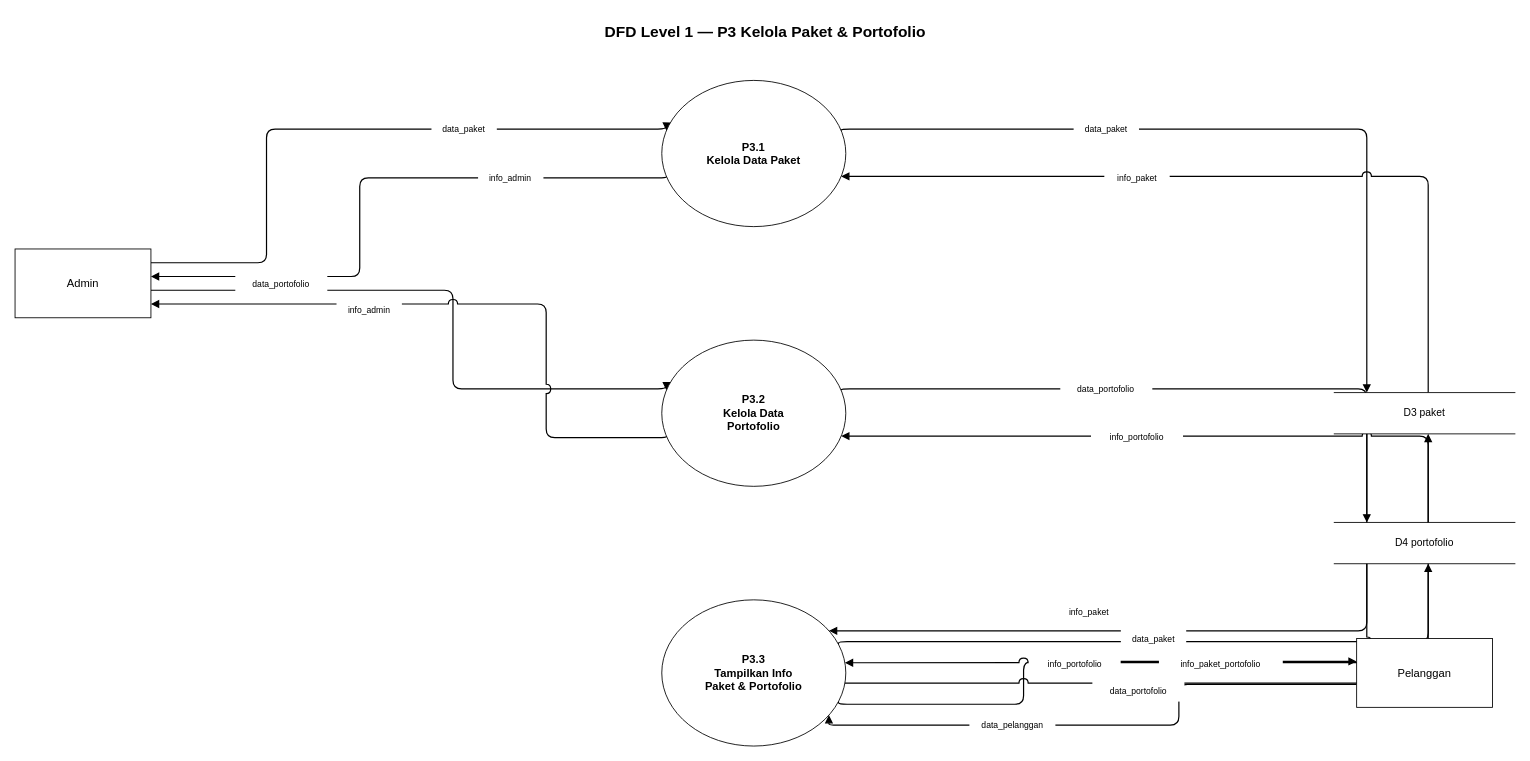
The draw.io diagram generated/dfd_level1_P3.drawio in ryuken25/diagrams, before the edit. Source tidied: cells renumbered, new cells numbered last; positions are measured from the earlier drawing's top-left corner, leaving out a move shared by most shapes. Both pictures are drawn from the tidied source at 86%, with x=0, y=0 at pixel (15, 15).
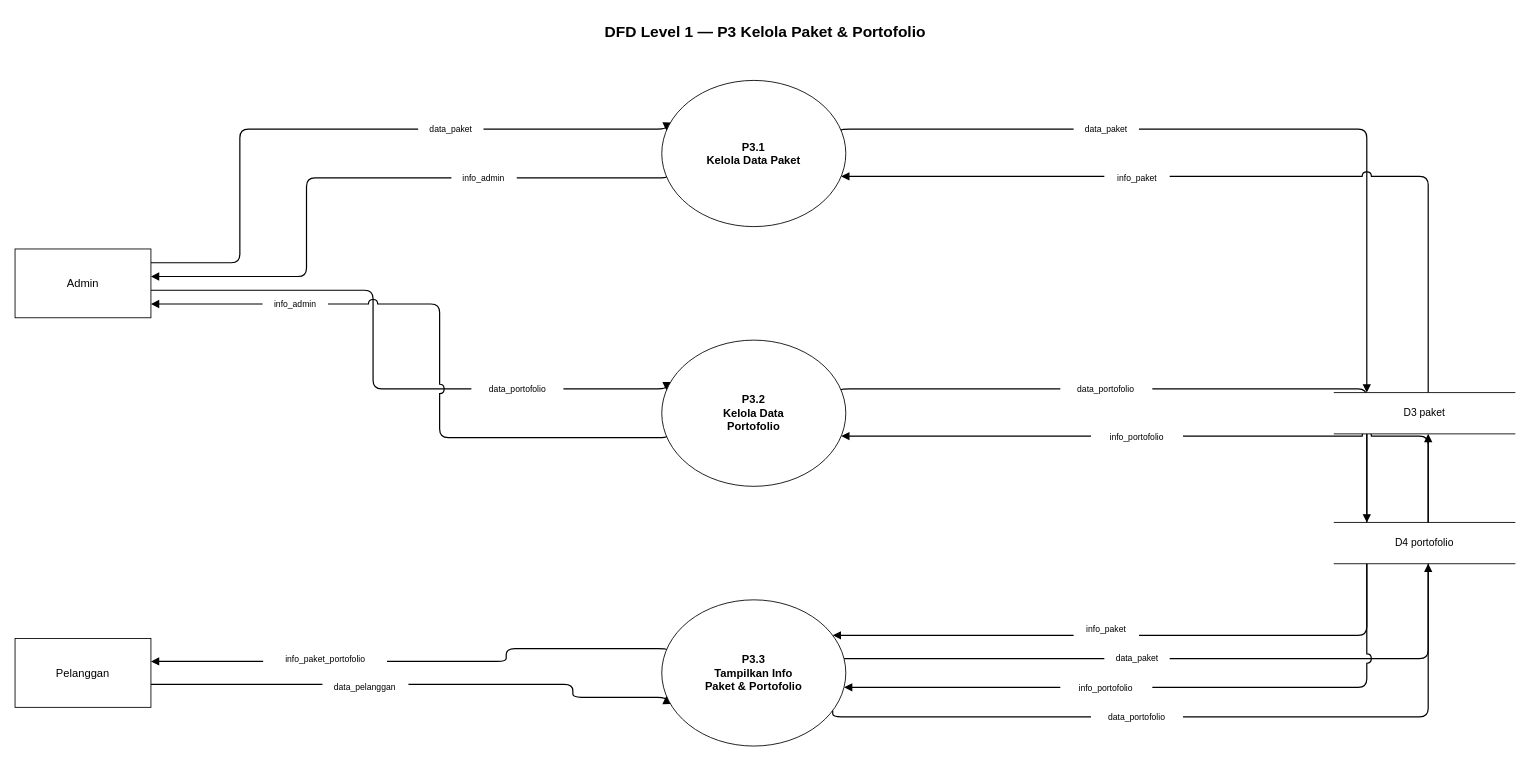
The same page after the edit.

Unchanged cells that the change refers to:
```xml
<mxCell id="16" value="P3.1&#10;Kelola Data Paket" style="ellipse;whiteSpace=wrap;html=1;fillColor=#FFFFFF;strokeColor=#000000;fontSize=13;fontStyle=1;verticalAlign=middle;" parent="1" vertex="1">
  <mxGeometry x="752" y="76" width="214" height="170" as="geometry" />
</mxCell>
<mxCell id="17" value="P3.2&#10;Kelola Data&#10;Portofolio" style="ellipse;whiteSpace=wrap;html=1;fillColor=#FFFFFF;strokeColor=#000000;fontSize=13;fontStyle=1;verticalAlign=middle;" parent="1" vertex="1">
  <mxGeometry x="752" y="378" width="214" height="170" as="geometry" />
</mxCell>
<mxCell id="18" value="P3.3&#10;Tampilkan Info&#10;Paket &amp; Portofolio" style="ellipse;whiteSpace=wrap;html=1;fillColor=#FFFFFF;strokeColor=#000000;fontSize=13;fontStyle=1;verticalAlign=middle;" parent="1" vertex="1">
  <mxGeometry x="752" y="680" width="214" height="170" as="geometry" />
</mxCell>
<mxCell id="19" value="Admin" style="rounded=0;whiteSpace=wrap;html=1;fillColor=#FFFFFF;strokeColor=#000000;fontSize=13;" parent="1" vertex="1">
  <mxGeometry y="272" width="158" height="80" as="geometry" />
</mxCell>
<mxCell id="21" value="D3  paket" style="shape=partialRectangle;top=1;bottom=1;left=0;right=0;whiteSpace=wrap;html=1;fillColor=#FFFFFF;strokeColor=#000000;fontSize=12;align=center;" parent="1" vertex="1">
  <mxGeometry x="1534" y="439" width="210" height="48" as="geometry" />
</mxCell>
<mxCell id="22" value="D4  portofolio" style="shape=partialRectangle;top=1;bottom=1;left=0;right=0;whiteSpace=wrap;html=1;fillColor=#FFFFFF;strokeColor=#000000;fontSize=12;align=center;" parent="1" vertex="1">
  <mxGeometry x="1534" y="590" width="210" height="48" as="geometry" />
</mxCell>
```

What changed in the source:
```diff
@@
     <mxCell id="2" style="html=1;rounded=1;strokeColor=#000000;strokeWidth=1.4;endArrow=block;startArrow=none;jumpStyle=arc;jumpSize=10;edgeStyle=orthogonalEdgeStyle;exitX=1.000;exitY=0.200;entryX=0.000;entryY=0.333;exitDx=0;exitDy=0;entryDx=0;entryDy=0;" parent="1" edge="1" source="19" target="16">
       <mxGeometry relative="1" as="geometry">
         <Array as="points">
-          <mxPoint x="292.4" y="288" />
-          <mxPoint x="292.4" y="132.7" />
+          <mxPoint x="261.4" y="288" />
+          <mxPoint x="261.4" y="132.7" />
         </Array>
       </mxGeometry>
     </mxCell>
     <mxCell id="3" style="html=1;rounded=1;strokeColor=#000000;strokeWidth=1.4;endArrow=block;startArrow=none;jumpStyle=arc;jumpSize=10;edgeStyle=orthogonalEdgeStyle;exitX=0.000;exitY=0.667;entryX=1.000;entryY=0.400;exitDx=0;exitDy=0;entryDx=0;entryDy=0;" parent="1" edge="1" source="16" target="19">
       <mxGeometry relative="1" as="geometry">
         <Array as="points">
-          <mxPoint x="400.8" y="189.3" />
-          <mxPoint x="400.8" y="304" />
+          <mxPoint x="338.9" y="189.3" />
+          <mxPoint x="338.9" y="304" />
         </Array>
       </mxGeometry>
     </mxCell>
     <mxCell id="4" style="html=1;rounded=1;strokeColor=#000000;strokeWidth=1.4;endArrow=block;startArrow=none;jumpStyle=arc;jumpSize=10;edgeStyle=orthogonalEdgeStyle;exitX=1.000;exitY=0.600;entryX=0.000;entryY=0.333;exitDx=0;exitDy=0;entryDx=0;entryDy=0;" parent="1" edge="1" source="19" target="17">
       <mxGeometry relative="1" as="geometry">
         <Array as="points">
-          <mxPoint x="509.2" y="320" />
-          <mxPoint x="509.2" y="434.7" />
+          <mxPoint x="416.3" y="320" />
+          <mxPoint x="416.3" y="434.7" />
         </Array>
       </mxGeometry>
     </mxCell>
     <mxCell id="5" style="html=1;rounded=1;strokeColor=#000000;strokeWidth=1.4;endArrow=block;startArrow=none;jumpStyle=arc;jumpSize=10;edgeStyle=orthogonalEdgeStyle;exitX=0.000;exitY=0.667;entryX=1.000;entryY=0.800;exitDx=0;exitDy=0;entryDx=0;entryDy=0;" parent="1" edge="1" source="17" target="19">
       <mxGeometry relative="1" as="geometry">
         <Array as="points">
-          <mxPoint x="617.6" y="491.3" />
-          <mxPoint x="617.6" y="336" />
+          <mxPoint x="493.7" y="491.3" />
+          <mxPoint x="493.7" y="336" />
         </Array>
       </mxGeometry>
     </mxCell>
-    <mxCell id="6" style="html=1;rounded=1;strokeColor=#000000;strokeWidth=1.4;endArrow=block;startArrow=none;jumpStyle=arc;jumpSize=10;edgeStyle=orthogonalEdgeStyle;exitX=1.000;exitY=0.714;entryX=0.000;entryY=0.333;exitDx=0;exitDy=0;entryDx=0;entryDy=0;" parent="1" edge="1" source="18" target="20">
+    <mxCell id="6" style="html=1;rounded=1;strokeColor=#000000;strokeWidth=1.4;endArrow=block;startArrow=none;jumpStyle=arc;jumpSize=10;edgeStyle=orthogonalEdgeStyle;exitX=0.000;exitY=0.333;entryX=1.000;entryY=0.333;exitDx=0;exitDy=0;entryDx=0;entryDy=0;" parent="1" edge="1" source="18" target="20">
       <mxGeometry relative="1" as="geometry">
         <Array as="points">
-          <mxPoint x="1172.7" y="801.4" />
-          <mxPoint x="1172.7" y="751.7" />
+          <mxPoint x="571.1" y="736.7" />
+          <mxPoint x="571.1" y="751.7" />
         </Array>
       </mxGeometry>
     </mxCell>
-    <mxCell id="7" style="html=1;rounded=1;strokeColor=#000000;strokeWidth=1.4;endArrow=block;startArrow=none;jumpStyle=arc;jumpSize=10;edgeStyle=orthogonalEdgeStyle;exitX=0.000;exitY=0.667;entryX=1.000;entryY=0.857;exitDx=0;exitDy=0;entryDx=0;entryDy=0;" parent="1" edge="1" source="20" target="18">
+    <mxCell id="7" style="html=1;rounded=1;strokeColor=#000000;strokeWidth=1.4;endArrow=block;startArrow=none;jumpStyle=arc;jumpSize=10;edgeStyle=orthogonalEdgeStyle;exitX=1.000;exitY=0.667;entryX=0.000;entryY=0.667;exitDx=0;exitDy=0;entryDx=0;entryDy=0;" parent="1" edge="1" source="20" target="18">
       <mxGeometry relative="1" as="geometry">
         <Array as="points">
-          <mxPoint x="1353.3" y="778.3" />
-          <mxPoint x="1353.3" y="825.7" />
+          <mxPoint x="648.6" y="778.3" />
+          <mxPoint x="648.6" y="793.3" />
         </Array>
       </mxGeometry>
     </mxCell>
@@
-    <mxCell id="10" style="html=1;rounded=1;strokeColor=#000000;strokeWidth=1.4;endArrow=block;startArrow=none;jumpStyle=arc;jumpSize=10;edgeStyle=orthogonalEdgeStyle;exitX=0.180;exitY=1.000;entryX=1.000;entryY=0.143;exitDx=0;exitDy=0;entryDx=0;entryDy=0;" parent="1" edge="1" source="21" target="18">
+    <mxCell id="10" style="html=1;rounded=1;strokeColor=#000000;strokeWidth=1.4;endArrow=block;startArrow=none;jumpStyle=arc;jumpSize=10;edgeStyle=orthogonalEdgeStyle;exitX=0.180;exitY=1.000;entryX=1.000;entryY=0.200;exitDx=0;exitDy=0;entryDx=0;entryDy=0;" parent="1" edge="1" source="21" target="18">
       <mxGeometry relative="1" as="geometry">
         <Array as="points">
           <mxPoint x="1571.8" y="487" />
-          <mxPoint x="1571.8" y="704.3" />
+          <mxPoint x="1571.8" y="714" />
         </Array>
       </mxGeometry>
     </mxCell>
-    <mxCell id="11" style="html=1;rounded=1;strokeColor=#000000;strokeWidth=1.4;endArrow=block;startArrow=none;jumpStyle=arc;jumpSize=10;edgeStyle=orthogonalEdgeStyle;exitX=1.000;exitY=0.286;entryX=0.520;entryY=1.000;exitDx=0;exitDy=0;entryDx=0;entryDy=0;" parent="1" edge="1" source="18" target="21">
+    <mxCell id="11" style="html=1;rounded=1;strokeColor=#000000;strokeWidth=1.4;endArrow=block;startArrow=none;jumpStyle=arc;jumpSize=10;edgeStyle=orthogonalEdgeStyle;exitX=1.000;exitY=0.400;entryX=0.520;entryY=1.000;exitDx=0;exitDy=0;entryDx=0;entryDy=0;" parent="1" edge="1" source="18" target="21">
       <mxGeometry relative="1" as="geometry">
         <Array as="points">
-          <mxPoint x="1643.2" y="728.6" />
+          <mxPoint x="1643.2" y="748" />
           <mxPoint x="1643.2" y="487" />
         </Array>
       </mxGeometry>
     </mxCell>
@@
-    <mxCell id="14" style="html=1;rounded=1;strokeColor=#000000;strokeWidth=1.4;endArrow=block;startArrow=none;jumpStyle=arc;jumpSize=10;edgeStyle=orthogonalEdgeStyle;exitX=0.180;exitY=1.000;entryX=1.000;entryY=0.429;exitDx=0;exitDy=0;entryDx=0;entryDy=0;" parent="1" edge="1" source="22" target="18">
+    <mxCell id="14" style="html=1;rounded=1;strokeColor=#000000;strokeWidth=1.4;endArrow=block;startArrow=none;jumpStyle=arc;jumpSize=10;edgeStyle=orthogonalEdgeStyle;exitX=0.180;exitY=1.000;entryX=1.000;entryY=0.600;exitDx=0;exitDy=0;entryDx=0;entryDy=0;" parent="1" edge="1" source="22" target="18">
       <mxGeometry relative="1" as="geometry">
         <Array as="points">
           <mxPoint x="1571.8" y="638" />
-          <mxPoint x="1571.8" y="752.9" />
+          <mxPoint x="1571.8" y="782" />
         </Array>
       </mxGeometry>
     </mxCell>
-    <mxCell id="15" style="html=1;rounded=1;strokeColor=#000000;strokeWidth=1.4;endArrow=block;startArrow=none;jumpStyle=arc;jumpSize=10;edgeStyle=orthogonalEdgeStyle;exitX=1.000;exitY=0.571;entryX=0.520;entryY=1.000;exitDx=0;exitDy=0;entryDx=0;entryDy=0;" parent="1" edge="1" source="18" target="22">
+    <mxCell id="15" style="html=1;rounded=1;strokeColor=#000000;strokeWidth=1.4;endArrow=block;startArrow=none;jumpStyle=arc;jumpSize=10;edgeStyle=orthogonalEdgeStyle;exitX=1.000;exitY=0.800;entryX=0.520;entryY=1.000;exitDx=0;exitDy=0;entryDx=0;entryDy=0;" parent="1" edge="1" source="18" target="22">
       <mxGeometry relative="1" as="geometry">
         <Array as="points">
-          <mxPoint x="1643.2" y="777.1" />
+          <mxPoint x="1643.2" y="816" />
           <mxPoint x="1643.2" y="638" />
         </Array>
       </mxGeometry>
     </mxCell>
@@
     <mxCell id="20" value="Pelanggan" style="rounded=0;whiteSpace=wrap;html=1;fillColor=#FFFFFF;strokeColor=#000000;fontSize=13;" parent="1" vertex="1">
-      <mxGeometry x="1560" y="725" width="158" height="80" as="geometry" />
+      <mxGeometry y="725" width="158" height="80" as="geometry" />
     </mxCell>
@@
     <mxCell id="23" value="data_paket" style="text;html=1;align=center;verticalAlign=middle;fontSize=10;rounded=0;fillColor=#FFFFFF;strokeColor=none;whiteSpace=wrap;spacing=2;" parent="1" vertex="1">
-      <mxGeometry x="484.2" y="120.7" width="76" height="24" as="geometry" />
+      <mxGeometry x="468.7" y="120.7" width="76" height="24" as="geometry" />
     </mxCell>
     <mxCell id="24" value="info_admin" style="text;html=1;align=center;verticalAlign=middle;fontSize=10;rounded=0;fillColor=#FFFFFF;strokeColor=none;whiteSpace=wrap;spacing=2;" parent="1" vertex="1">
-      <mxGeometry x="538.4" y="177.4" width="76" height="24" as="geometry" />
+      <mxGeometry x="507.4" y="177.4" width="76" height="24" as="geometry" />
     </mxCell>
     <mxCell id="25" value="data_portofolio" style="text;html=1;align=center;verticalAlign=middle;fontSize=10;rounded=0;fillColor=#FFFFFF;strokeColor=none;whiteSpace=wrap;spacing=2;" parent="1" vertex="1">
-      <mxGeometry x="256.1" y="300.9" width="107" height="24" as="geometry" />
+      <mxGeometry x="530.6" y="422.7" width="107" height="24" as="geometry" />
     </mxCell>
     <mxCell id="26" value="info_admin" style="text;html=1;align=center;verticalAlign=middle;fontSize=10;rounded=0;fillColor=#FFFFFF;strokeColor=none;whiteSpace=wrap;spacing=2;" parent="1" vertex="1">
-      <mxGeometry x="373.8" y="331.1" width="76" height="24" as="geometry" />
+      <mxGeometry x="287.9" y="324" width="76" height="24" as="geometry" />
     </mxCell>
     <mxCell id="27" value="info_paket_portofolio" style="text;html=1;align=center;verticalAlign=middle;fontSize=10;rounded=0;fillColor=#FFFFFF;strokeColor=none;whiteSpace=wrap;spacing=2;" parent="1" vertex="1">
-      <mxGeometry x="1330.1" y="743" width="144" height="24" as="geometry" />
+      <mxGeometry x="288.5" y="736.8" width="144" height="24" as="geometry" />
     </mxCell>
     <mxCell id="28" value="data_pelanggan" style="text;html=1;align=center;verticalAlign=middle;fontSize=10;rounded=0;fillColor=#FFFFFF;strokeColor=none;whiteSpace=wrap;spacing=2;" parent="1" vertex="1">
-      <mxGeometry x="1109.7" y="813.7" width="100" height="24" as="geometry" />
+      <mxGeometry x="357.4" y="769.2" width="100" height="24" as="geometry" />
     </mxCell>
@@
     <mxCell id="31" value="info_paket" style="text;html=1;align=center;verticalAlign=middle;fontSize=10;rounded=0;fillColor=#FFFFFF;strokeColor=none;whiteSpace=wrap;spacing=2;" parent="1" vertex="1">
-      <mxGeometry x="1211.2" y="681.6" width="76" height="24" as="geometry" />
+      <mxGeometry x="1230.9" y="702" width="76" height="24" as="geometry" />
     </mxCell>
     <mxCell id="32" value="data_paket" style="text;html=1;align=center;verticalAlign=middle;fontSize=10;rounded=0;fillColor=#FFFFFF;strokeColor=none;whiteSpace=wrap;spacing=2;" parent="1" vertex="1">
-      <mxGeometry x="1285.8" y="712.8" width="76" height="24" as="geometry" />
+      <mxGeometry x="1266.6" y="736" width="76" height="24" as="geometry" />
     </mxCell>
@@
     <mxCell id="35" value="info_portofolio" style="text;html=1;align=center;verticalAlign=middle;fontSize=10;rounded=0;fillColor=#FFFFFF;strokeColor=none;whiteSpace=wrap;spacing=2;" parent="1" vertex="1">
-      <mxGeometry x="1178.6" y="742.9" width="107" height="24" as="geometry" />
+      <mxGeometry x="1215.4" y="770" width="107" height="24" as="geometry" />
     </mxCell>
     <mxCell id="36" value="data_portofolio" style="text;html=1;align=center;verticalAlign=middle;fontSize=10;rounded=0;fillColor=#FFFFFF;strokeColor=none;whiteSpace=wrap;spacing=2;" parent="1" vertex="1">
-      <mxGeometry x="1252.7" y="774.3" width="107" height="24" as="geometry" />
+      <mxGeometry x="1251.1" y="804" width="107" height="24" as="geometry" />
     </mxCell>
```
